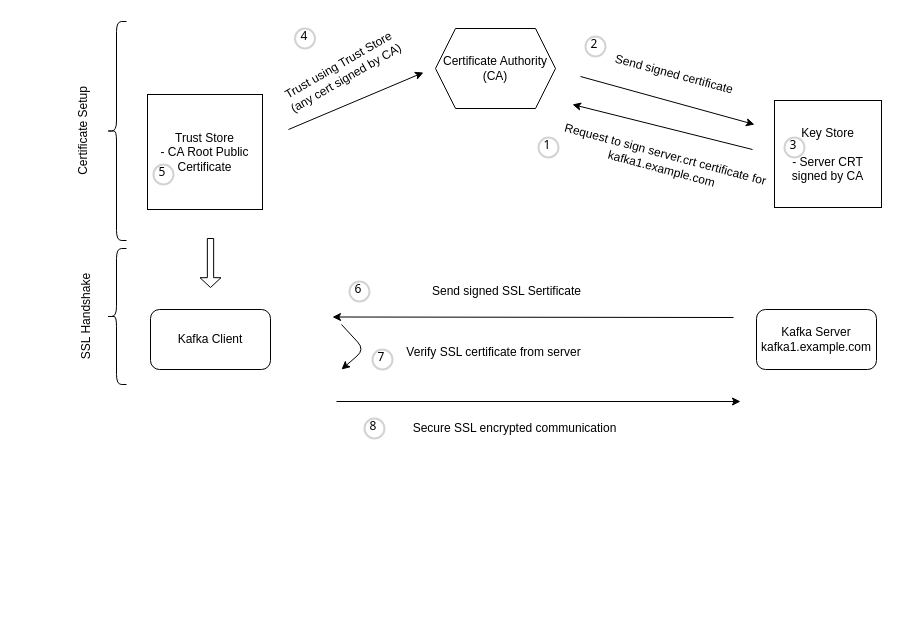
This is .diagrams/ssl.drawio from jaehyeon-kim/jaehyeon-kim.github.io, a draw.io file, before an edit. Source tidied: cells renumbered, new cells numbered last; positions are measured from the earlier drawing's top-left corner, leaving out a move shared by most shapes. Both pictures are drawn from the tidied source at 100%, with x=0, y=0 at pixel (24, 21).
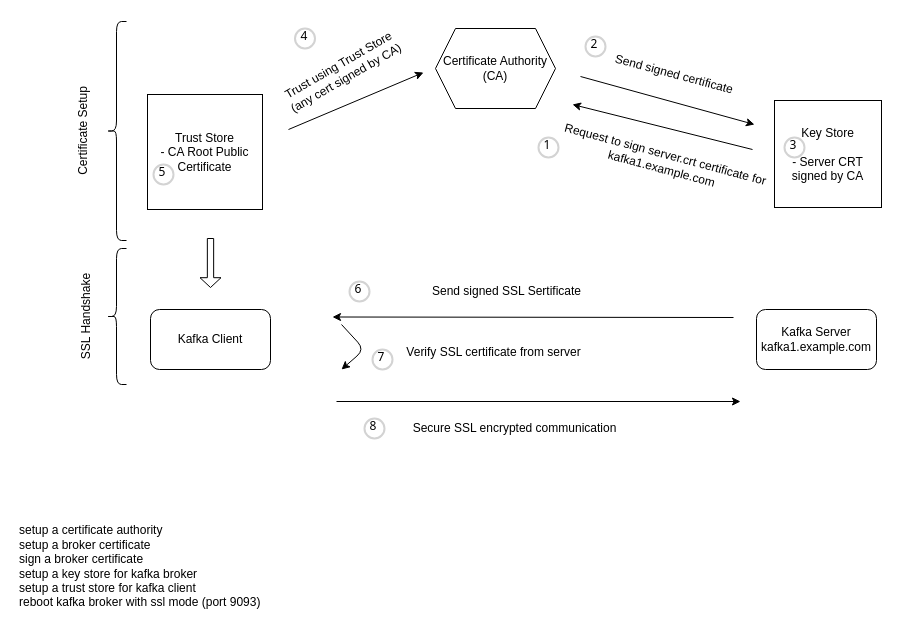
The same page after the edit.

Change to the diagram source:
```diff
@@
+    <mxCell id="32" value="&lt;div&gt;setup a certificate authority&lt;/div&gt;&lt;div&gt;setup a broker certificate&lt;/div&gt;&lt;div&gt;sign a broker certificate&lt;/div&gt;&lt;div&gt;setup a key store for kafka broker&lt;/div&gt;&lt;div&gt;setup a trust store for kafka client&lt;/div&gt;&lt;div&gt;reboot kafka broker with ssl mode (port 9093)&lt;/div&gt;" style="text;html=1;strokeColor=none;fillColor=none;align=left;verticalAlign=middle;whiteSpace=wrap;rounded=0;" parent="1" vertex="1">
+      <mxGeometry x="-7" y="490" width="248" height="110" as="geometry" />
+    </mxCell>
```
